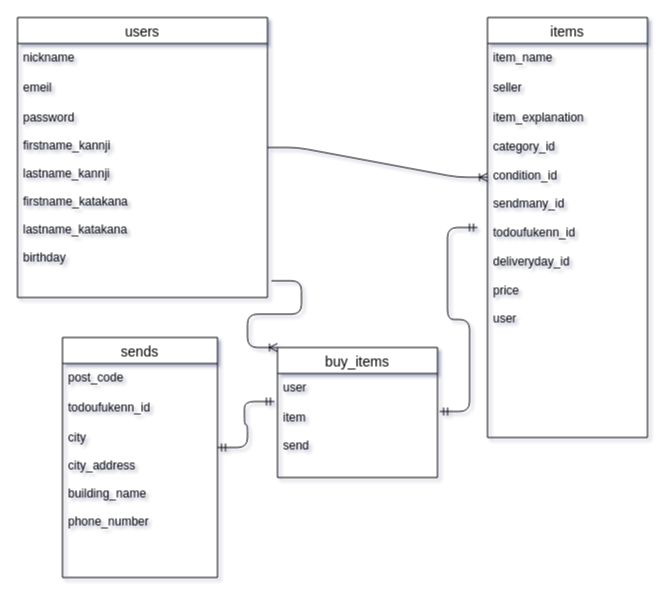
The draw.io diagram .dio in y-naoto/furima-36756, before the edit. Source tidied: cells renumbered, new cells numbered last; positions are measured from the earlier drawing's top-left corner, leaving out a move shared by most shapes. Both pictures are drawn from the tidied source at 100%, with x=0, y=0 at pixel (17, 17).
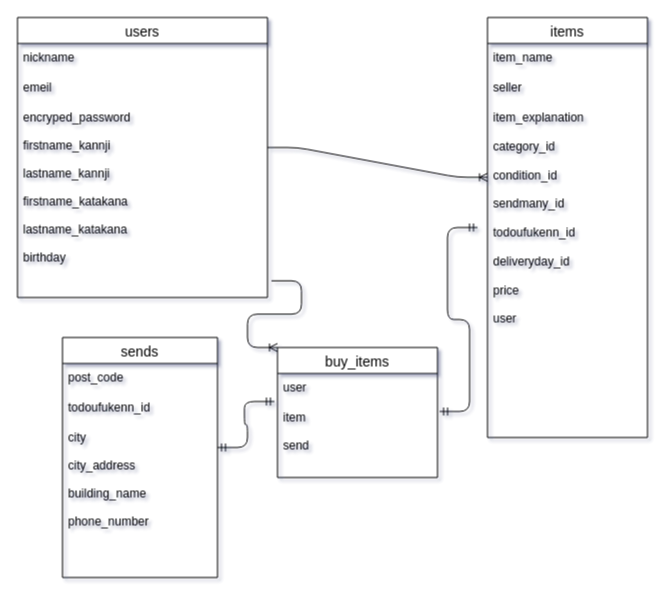
After the change.

Unchanged cells that the change refers to:
```xml
<mxCell id="2" value="users" style="swimlane;fontStyle=0;horizontal=1;startSize=26;align=center;fontSize=14;" parent="1" vertex="1">
  <mxGeometry width="250" height="280" as="geometry" />
</mxCell>
```

Diff of the diagram source:
```diff
@@
-    <mxCell id="5" value="password&#10;&#10;firstname_kannji&#10;&#10;lastname_kannji&#10;&#10;firstname_katakana&#10;&#10;lastname_katakana&#10;&#10;birthday&#10;&#10;" style="text;strokeColor=none;fillColor=none;spacingLeft=4;spacingRight=4;overflow=hidden;points=[[0,0.5],[1,0.5]];portConstraint=eastwest;fontSize=12;" parent="2" vertex="1">
+    <mxCell id="5" value="encryped_password&#10;&#10;firstname_kannji&#10;&#10;lastname_kannji&#10;&#10;firstname_katakana&#10;&#10;lastname_katakana&#10;&#10;birthday&#10;&#10;" style="text;strokeColor=none;fillColor=none;spacingLeft=4;spacingRight=4;overflow=hidden;points=[[0,0.5],[1,0.5]];portConstraint=eastwest;fontSize=12;" parent="2" vertex="1">
       <mxGeometry y="86" width="250" height="194" as="geometry" />
     </mxCell>
```
